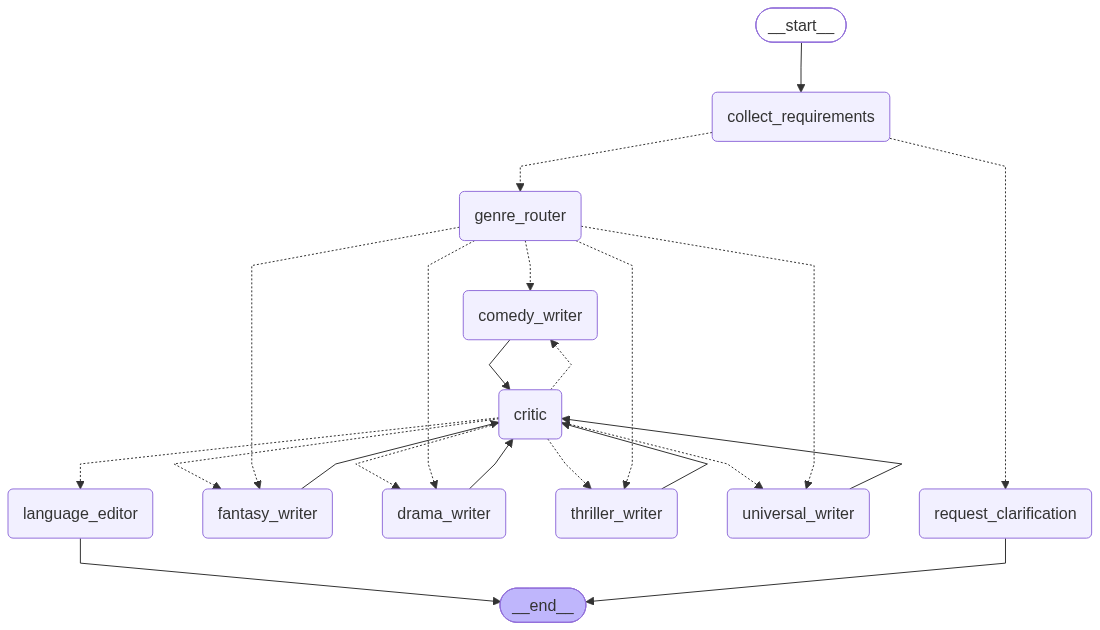
Above: artifacts/synopsis_graph.png in C4dB4ne/synopsis_generator (Mermaid), before the change. Its source is kept beside it as artifacts/synopsis_graph.mmd.
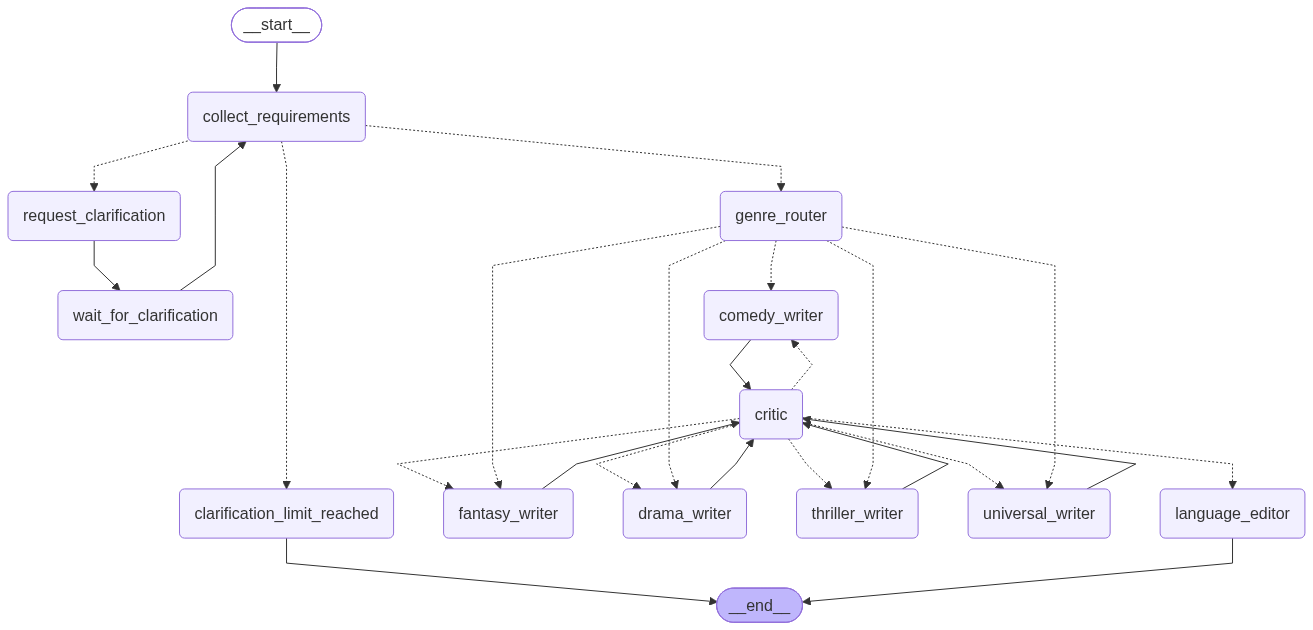
Later version of the same file.

Change to the diagram source:
```diff
@@ -7,6 +7,8 @@
 	__start__([<p>__start__</p>]):::first
 	collect_requirements(collect_requirements)
 	request_clarification(request_clarification)
+	wait_for_clarification(wait_for_clarification)
+	clarification_limit_reached(clarification_limit_reached)
 	genre_router(genre_router)
 	fantasy_writer(fantasy_writer)
 	drama_writer(drama_writer)
@@ -17,6 +19,7 @@
 	language_editor(language_editor)
 	__end__([<p>__end__</p>]):::last
 	__start__ --> collect_requirements;
+	collect_requirements -.-> clarification_limit_reached;
 	collect_requirements -.-> genre_router;
 	collect_requirements -.-> request_clarification;
 	comedy_writer --> critic;
@@ -33,10 +36,12 @@
 	genre_router -.-> fantasy_writer;
 	genre_router -.-> thriller_writer;
 	genre_router -.-> universal_writer;
+	request_clarification --> wait_for_clarification;
 	thriller_writer --> critic;
 	universal_writer --> critic;
+	wait_for_clarification --> collect_requirements;
+	clarification_limit_reached --> __end__;
 	language_editor --> __end__;
-	request_clarification --> __end__;
 	classDef default fill:#f2f0ff,line-height:1.2
 	classDef first fill-opacity:0
 	classDef last fill:#bfb6fc
```
